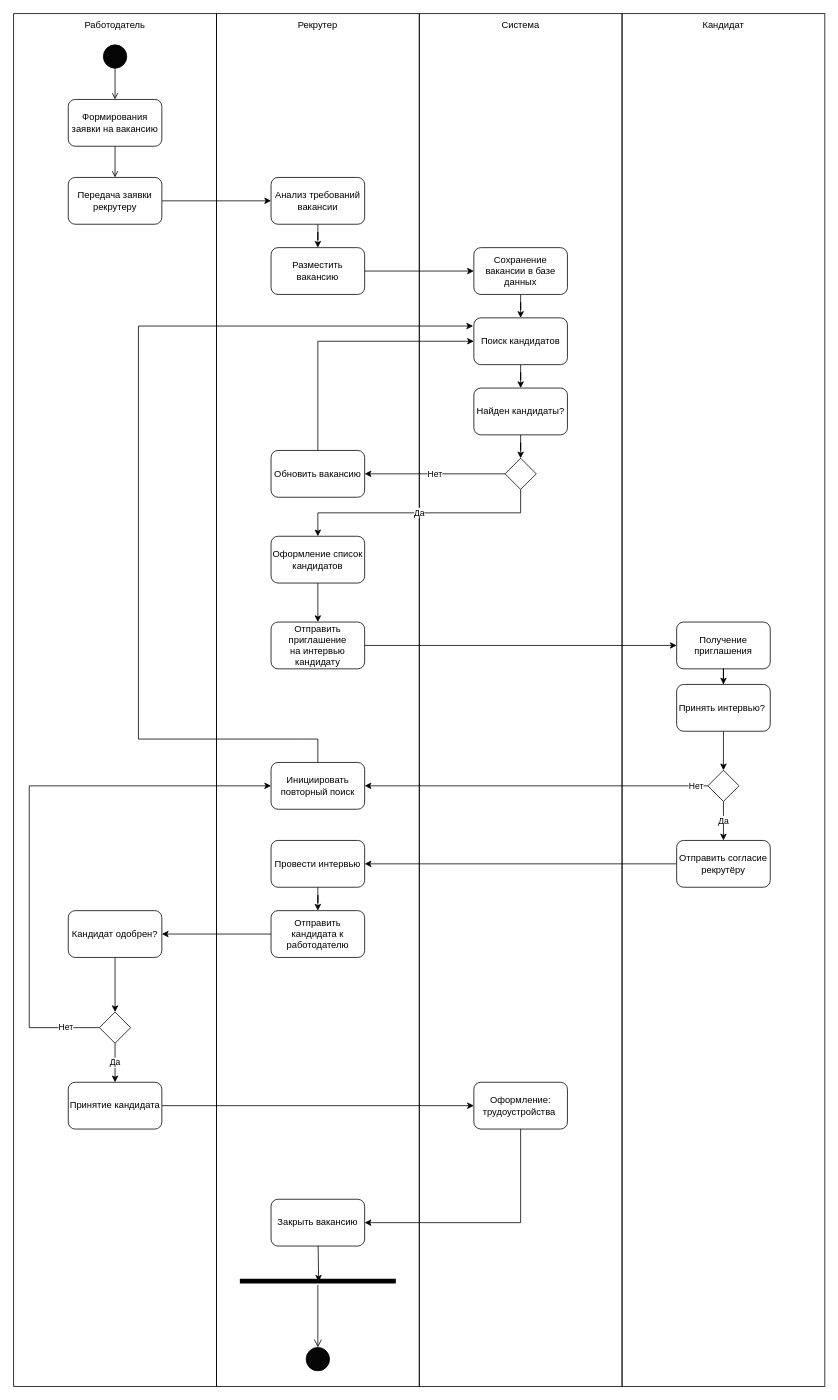
Regdal-cyber/Coursework keeps this draw.io diagram as Диаграмма_деятельности.drawio. Above is the earlier version. Source tidied: cells renumbered, new cells numbered last; positions are measured from the earlier drawing's top-left corner, leaving out a move shared by most shapes. Both pictures are drawn from the tidied source at 78%, with x=0, y=0 at pixel (13, 13).
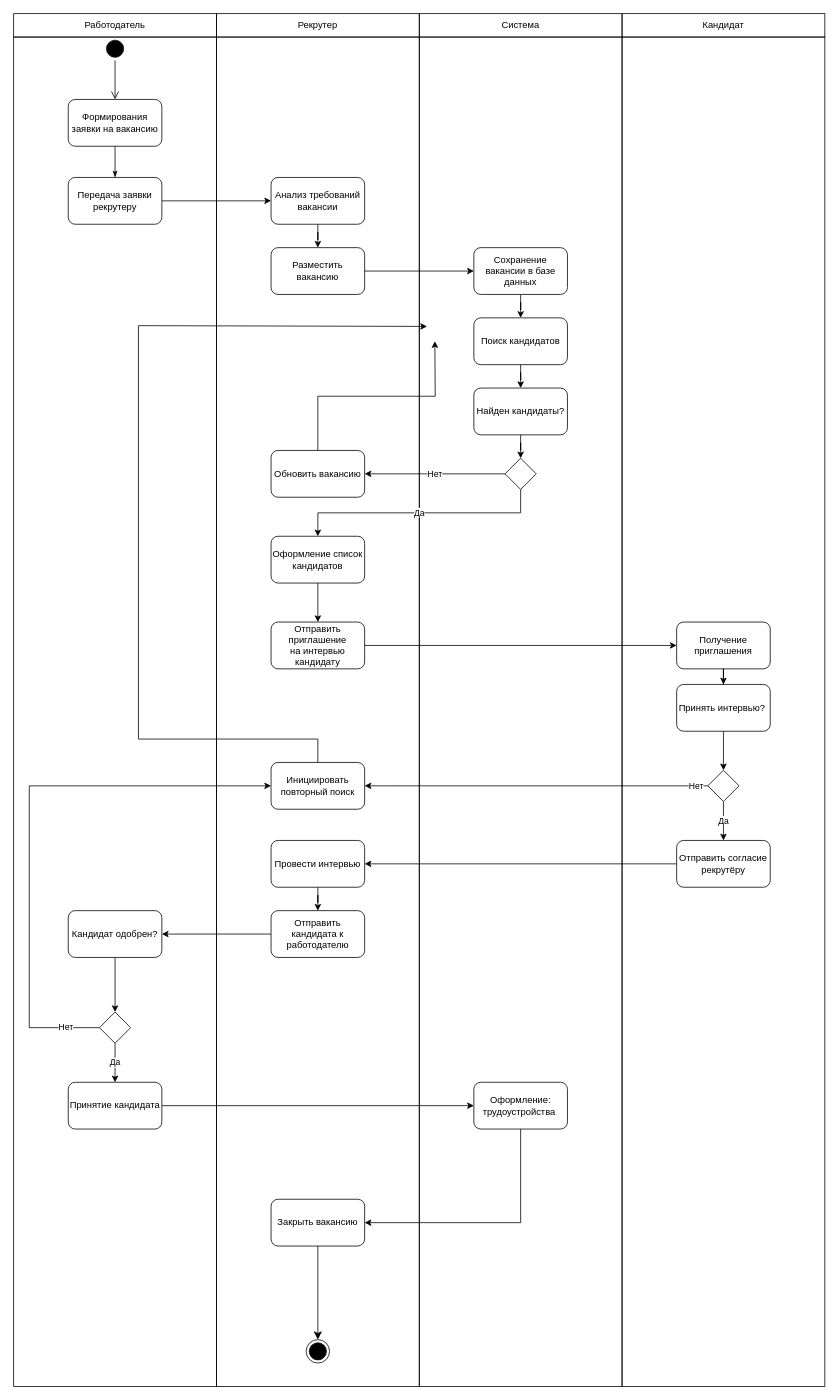
The same page after the edit.

The change refers to these unchanged cells:
```xml
<mxCell id="9" value="Формирования заявки на вакансию" style="rounded=1;whiteSpace=wrap;html=1;" parent="1" vertex="1">
  <mxGeometry x="70" y="110" width="120" height="60" as="geometry" />
</mxCell>
<mxCell id="12" value="Передача заявки рекрутеру" style="rounded=1;whiteSpace=wrap;html=1;" parent="1" vertex="1">
  <mxGeometry x="70" y="210" width="120" height="60" as="geometry" />
</mxCell>
<mxCell id="21" value="Поиск кандидатов" style="rounded=1;whiteSpace=wrap;html=1;" parent="1" vertex="1">
  <mxGeometry x="590" y="390" width="120" height="60" as="geometry" />
</mxCell>
<mxCell id="26" value="Обновить вакансию" style="rounded=1;whiteSpace=wrap;html=1;" parent="1" vertex="1">
  <mxGeometry x="330" y="560" width="120" height="60" as="geometry" />
</mxCell>
<mxCell id="56" value="Оформление: трудоустройства&amp;nbsp;" style="rounded=1;whiteSpace=wrap;html=1;" parent="1" vertex="1">
  <mxGeometry x="590" y="1370" width="120" height="60" as="geometry" />
</mxCell>
<mxCell id="58" value="Закрыть вакансию" style="rounded=1;whiteSpace=wrap;html=1;" parent="1" vertex="1">
  <mxGeometry x="330" y="1520" width="120" height="60" as="geometry" />
</mxCell>
<mxCell id="63" value="Инициировать повторный поиск" style="rounded=1;whiteSpace=wrap;html=1;" parent="1" vertex="1">
  <mxGeometry x="330" y="960" width="120" height="60" as="geometry" />
</mxCell>
```

What changed in the source:
```diff
@@
+    <mxCell id="64" style="rounded=0;whiteSpace=wrap;html=1;fillColor=none;" parent="1" vertex="1">
+      <mxGeometry width="260" height="30" as="geometry" />
+    </mxCell>
+    <mxCell id="65" style="rounded=0;whiteSpace=wrap;html=1;fillColor=none;" parent="1" vertex="1">
+      <mxGeometry x="260" width="260" height="30" as="geometry" />
+    </mxCell>
+    <mxCell id="66" style="rounded=0;whiteSpace=wrap;html=1;fillColor=none;" parent="1" vertex="1">
+      <mxGeometry x="520" width="260" height="30" as="geometry" />
+    </mxCell>
+    <mxCell id="67" style="rounded=0;whiteSpace=wrap;html=1;fillColor=none;" parent="1" vertex="1">
+      <mxGeometry x="780" width="260" height="30" as="geometry" />
+    </mxCell>
     <mxCell id="2" style="rounded=0;whiteSpace=wrap;html=1;fillColor=none;" parent="1" vertex="1">
-      <mxGeometry x="780" width="260" height="1760" as="geometry" />
+      <mxGeometry x="780" y="30" width="260" height="1730" as="geometry" />
     </mxCell>
     <mxCell id="3" style="rounded=0;whiteSpace=wrap;html=1;fillColor=none;" parent="1" vertex="1">
-      <mxGeometry x="520" width="260" height="1760" as="geometry" />
+      <mxGeometry x="520" y="30" width="260" height="1730" as="geometry" />
     </mxCell>
     <mxCell id="4" style="rounded=0;whiteSpace=wrap;html=1;fillColor=none;" parent="1" vertex="1">
-      <mxGeometry x="260" width="260" height="1760" as="geometry" />
+      <mxGeometry x="260" y="30" width="260" height="1730" as="geometry" />
     </mxCell>
     <mxCell id="5" style="rounded=0;whiteSpace=wrap;html=1;fillColor=none;" parent="1" vertex="1">
-      <mxGeometry width="260" height="1760" as="geometry" />
+      <mxGeometry y="30" width="260" height="1730" as="geometry" />
     </mxCell>
-    <mxCell id="6" style="edgeStyle=orthogonalEdgeStyle;rounded=0;jettySize=auto;html=1;entryX=0.5;entryY=0;entryDx=0;entryDy=0;endArrow=open;endFill=0;startSize=9;" parent="1" edge="1" source="7" target="9">
-      <mxGeometry relative="1" as="geometry" />
-    </mxCell>
-    <mxCell id="7" style="ellipse;whiteSpace=wrap;html=1;fillColor=#050505;" parent="1" vertex="1">
-      <mxGeometry x="115" y="40" width="30" height="30" as="geometry" />
-    </mxCell>
-    <mxCell id="8" style="edgeStyle=orthogonalEdgeStyle;rounded=0;jettySize=auto;html=1;entryX=0.5;entryY=0;entryDx=0;entryDy=0;endArrow=open;endFill=0;" parent="1" edge="1" source="9" target="12">
+    <mxCell id="8" style="edgeStyle=orthogonalEdgeStyle;rounded=0;jettySize=auto;html=1;entryX=0.5;entryY=0;entryDx=0;entryDy=0;endArrow=classicThin;endFill=1;" parent="1" edge="1" source="9" target="12">
       <mxGeometry relative="1" as="geometry" />
     </mxCell>
@@
-    <mxCell id="25" style="edgeStyle=orthogonalEdgeStyle;rounded=0;jettySize=auto;html=1;entryX=0;entryY=0.5;entryDx=0;entryDy=0;exitX=0.5;exitY=0;exitDx=0;exitDy=0;" parent="1" edge="1" source="26" target="21">
-      <mxGeometry relative="1" as="geometry" />
+    <mxCell id="25" style="edgeStyle=orthogonalEdgeStyle;rounded=0;jettySize=auto;html=1;exitX=0.5;exitY=0;exitDx=0;exitDy=0;" parent="1" edge="1" source="26">
+      <mxGeometry relative="1" as="geometry">
+        <mxPoint x="540" y="420" as="targetPoint" />
+      </mxGeometry>
     </mxCell>
@@
-    <mxCell id="55" style="edgeStyle=orthogonalEdgeStyle;rounded=0;jettySize=auto;html=1;exitX=0.5;exitY=1;exitDx=0;exitDy=0;" parent="1" edge="1" source="56" target="58">
+    <mxCell id="55" style="edgeStyle=orthogonalEdgeStyle;rounded=0;jettySize=auto;html=1;exitX=0.5;exitY=1;exitDx=0;exitDy=0;endArrow=classic;endFill=1;" parent="1" edge="1" source="56" target="58">
       <mxGeometry relative="1" as="geometry">
         <Array as="points">
           <mxPoint x="650" y="1550" />
         </Array>
       </mxGeometry>
     </mxCell>
@@
-    <mxCell id="57" style="rounded=0;jettySize=auto;html=1;entryX=0.505;entryY=0.57;entryDx=0;entryDy=0;entryPerimeter=0;" parent="1" edge="1" source="58" target="60">
-      <mxGeometry relative="1" as="geometry" />
-    </mxCell>
@@
-    <mxCell id="59" style="ellipse;whiteSpace=wrap;html=1;fillColor=#050505;" parent="1" vertex="1">
-      <mxGeometry x="375" y="1710" width="30" height="30" as="geometry" />
-    </mxCell>
-    <mxCell id="60" style="shape=line;html=1;strokeWidth=6;" parent="1" vertex="1">
-      <mxGeometry x="290" y="1620" width="200" height="10" as="geometry" />
-    </mxCell>
-    <mxCell id="61" style="edgeStyle=orthogonalEdgeStyle;html=1;verticalAlign=bottom;endArrow=open;endSize=8;rounded=0;entryX=0.5;entryY=0;entryDx=0;entryDy=0;" parent="1" edge="1" source="60" target="59">
+    <mxCell id="61" style="edgeStyle=orthogonalEdgeStyle;html=1;verticalAlign=bottom;endArrow=classic;endSize=8;rounded=0;exitX=0.5;exitY=1;exitDx=0;exitDy=0;endFill=1;entryX=0.5;entryY=0;entryDx=0;entryDy=0;" parent="1" edge="1" source="58" target="70">
       <mxGeometry relative="1" as="geometry" />
     </mxCell>
-    <mxCell id="62" style="edgeStyle=orthogonalEdgeStyle;rounded=0;jettySize=auto;html=1;exitX=0.5;exitY=0;exitDx=0;exitDy=0;entryX=-0.008;entryY=0.175;entryDx=0;entryDy=0;entryPerimeter=0;" parent="1" edge="1" source="63" target="21">
+    <mxCell id="62" style="edgeStyle=orthogonalEdgeStyle;rounded=0;jettySize=auto;html=1;exitX=0.5;exitY=0;exitDx=0;exitDy=0;" parent="1" edge="1" source="63">
       <mxGeometry relative="1" as="geometry">
+        <mxPoint x="530" y="401" as="targetPoint" />
         <Array as="points">
           <mxPoint x="365" y="930" />
           <mxPoint x="160" y="930" />
           <mxPoint x="160" y="400" />
           <mxPoint x="490" y="400" />
         </Array>
       </mxGeometry>
     </mxCell>
@@
+    <mxCell id="68" style="ellipse;html=1;shape=startState;fillColor=#000000;strokeColor=#050505;" parent="1" vertex="1">
+      <mxGeometry x="115" y="30" width="30" height="30" as="geometry" />
+    </mxCell>
+    <mxCell id="69" style="edgeStyle=orthogonalEdgeStyle;html=1;verticalAlign=bottom;endArrow=open;endSize=8;strokeColor=#050505;rounded=0;entryX=0.5;entryY=0;entryDx=0;entryDy=0;" parent="1" edge="1" source="68" target="9">
+      <mxGeometry relative="1" as="geometry" />
+    </mxCell>
+    <mxCell id="70" style="ellipse;html=1;shape=endState;fillColor=#000000;strokeColor=#050505;" parent="1" vertex="1">
+      <mxGeometry x="375" y="1700" width="30" height="30" as="geometry" />
+    </mxCell>
```
